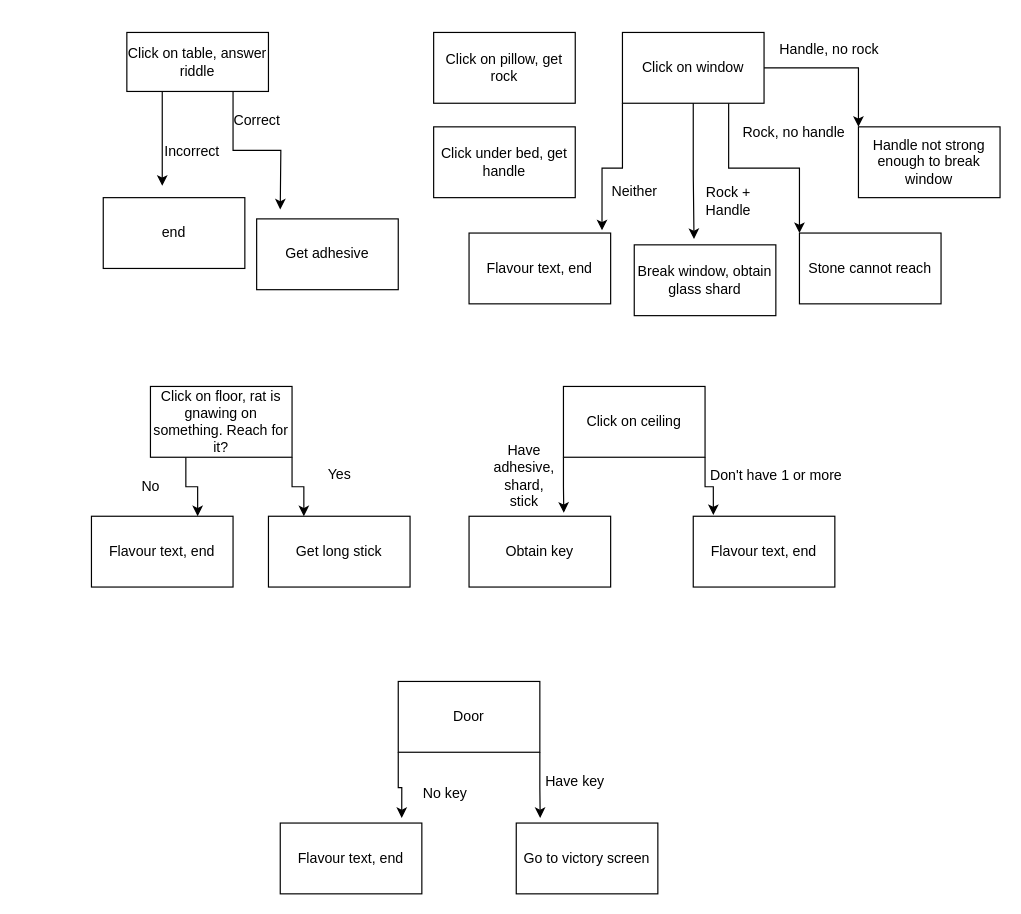
Earlier version of the draw.io diagram Escape room.drawio (SchoolOfCode/escape-room-hackathon-11th-hour). Source tidied: cells renumbered, new cells numbered last; positions are measured from the earlier drawing's top-left corner, leaving out a move shared by most shapes. Both pictures are drawn from the tidied source at 118%, with x=0, y=0 at pixel (91, 32).
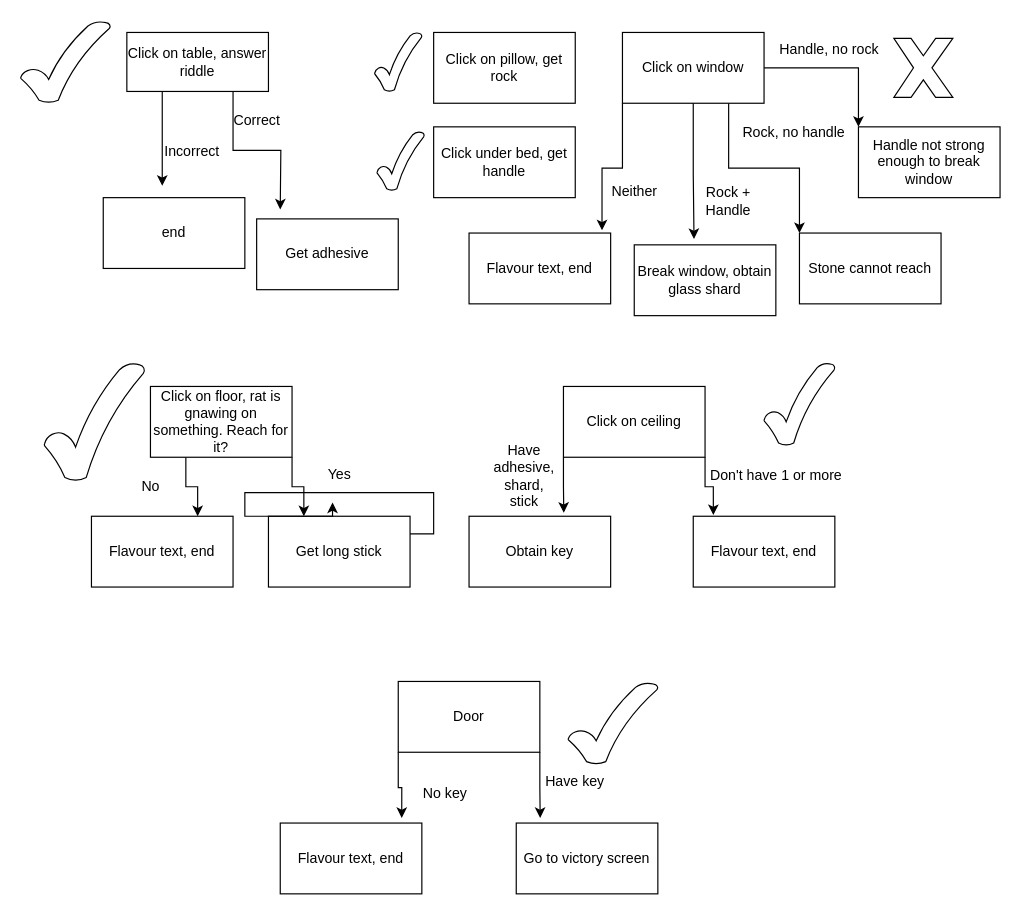
Above is the later version.

Commit message:
final flow chart

Unchanged cells that the change refers to:
```xml
<mxCell id="27" value="Get long stick" style="rounded=0;whiteSpace=wrap;html=1;" parent="1" vertex="1">
  <mxGeometry x="150" y="410" width="120" height="60" as="geometry" />
</mxCell>
<mxCell id="34" value="Yes" style="text;html=1;align=center;verticalAlign=middle;points=[];strokeColor=none;fillColor=none;" parent="1" vertex="1">
  <mxGeometry x="190" y="360" width="40" height="30" as="geometry" />
</mxCell>
```

What changed in the source:
```diff
@@
+    <mxCell id="45" style="verticalLabelPosition=bottom;verticalAlign=top;html=1;shape=mxgraph.basic.tick;" parent="1" vertex="1">
+      <mxGeometry x="404" y="551" width="76" height="69" as="geometry" />
+    </mxCell>
+    <mxCell id="46" style="edgeStyle=orthogonalEdgeStyle;rounded=0;jettySize=auto;html=1;exitX=1;exitY=0.25;exitDx=0;exitDy=0;entryX=0.358;entryY=1.278;entryDx=0;entryDy=0;entryPerimeter=0;" parent="1" edge="1" source="27" target="34">
+      <mxGeometry relative="1" as="geometry" />
+    </mxCell>
+    <mxCell id="47" style="verticalLabelPosition=bottom;verticalAlign=top;html=1;shape=mxgraph.basic.tick;" parent="1" vertex="1">
+      <mxGeometry x="-60" y="-9.5" width="76" height="69" as="geometry" />
+    </mxCell>
+    <mxCell id="48" style="verticalLabelPosition=bottom;verticalAlign=top;html=1;shape=mxgraph.basic.tick;" parent="1" vertex="1">
+      <mxGeometry x="570" y="280" width="60" height="70" as="geometry" />
+    </mxCell>
+    <mxCell id="49" style="verticalLabelPosition=bottom;verticalAlign=top;html=1;shape=mxgraph.basic.tick;" parent="1" vertex="1">
+      <mxGeometry x="-40" y="280" width="85" height="100" as="geometry" />
+    </mxCell>
+    <mxCell id="50" style="verticalLabelPosition=bottom;verticalAlign=top;html=1;shape=mxgraph.basic.tick;" parent="1" vertex="1">
+      <mxGeometry x="240" width="40" height="50" as="geometry" />
+    </mxCell>
+    <mxCell id="51" style="verticalLabelPosition=bottom;verticalAlign=top;html=1;shape=mxgraph.basic.tick;" parent="1" vertex="1">
+      <mxGeometry x="242" y="84" width="40" height="50" as="geometry" />
+    </mxCell>
+    <mxCell id="52" style="verticalLabelPosition=bottom;verticalAlign=top;html=1;shape=mxgraph.basic.x;" parent="1" vertex="1">
+      <mxGeometry x="680" y="5" width="50" height="50" as="geometry" />
+    </mxCell>
```
